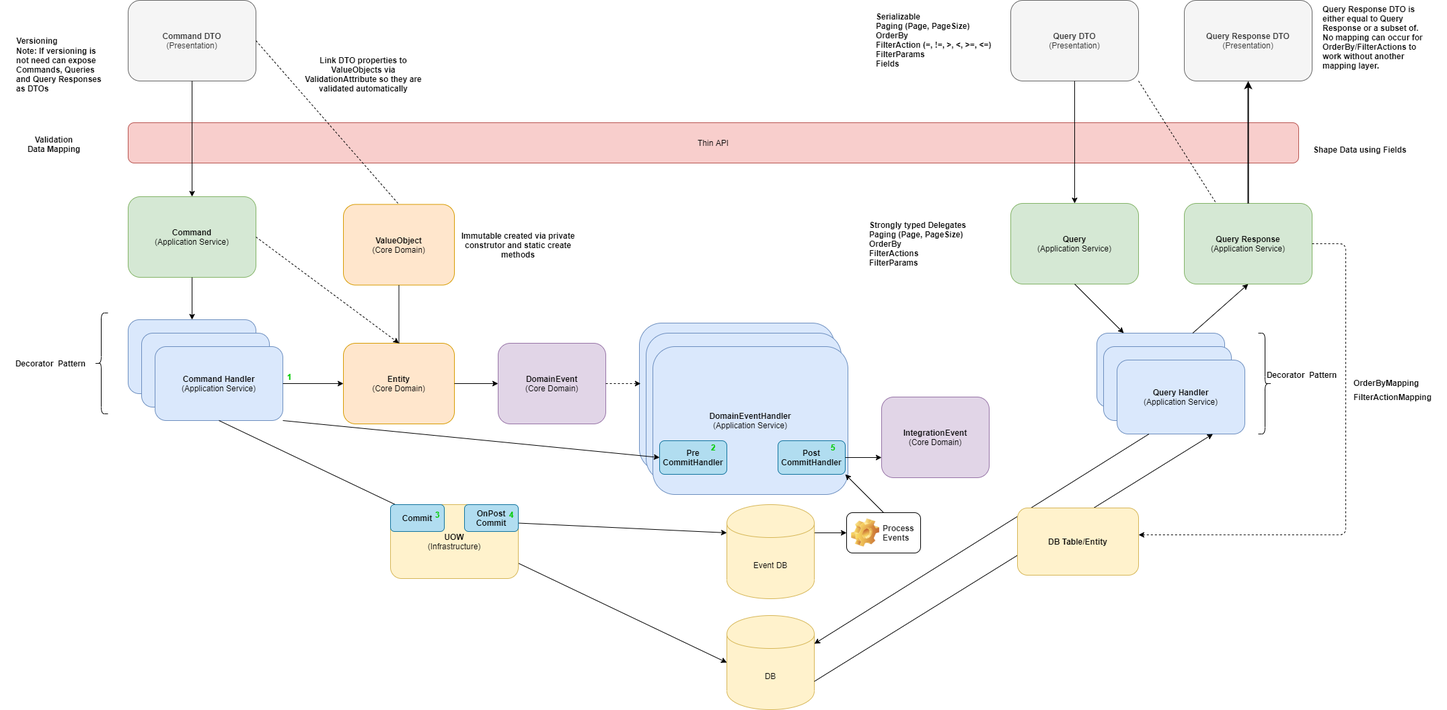
Before: diagram.png, a diagram exported from draw.io (davidikin45/Cqrs). Source tidied: cells renumbered, new cells last; positions are measured from the earlier drawing's top-left corner, leaving out a move shared by most shapes.
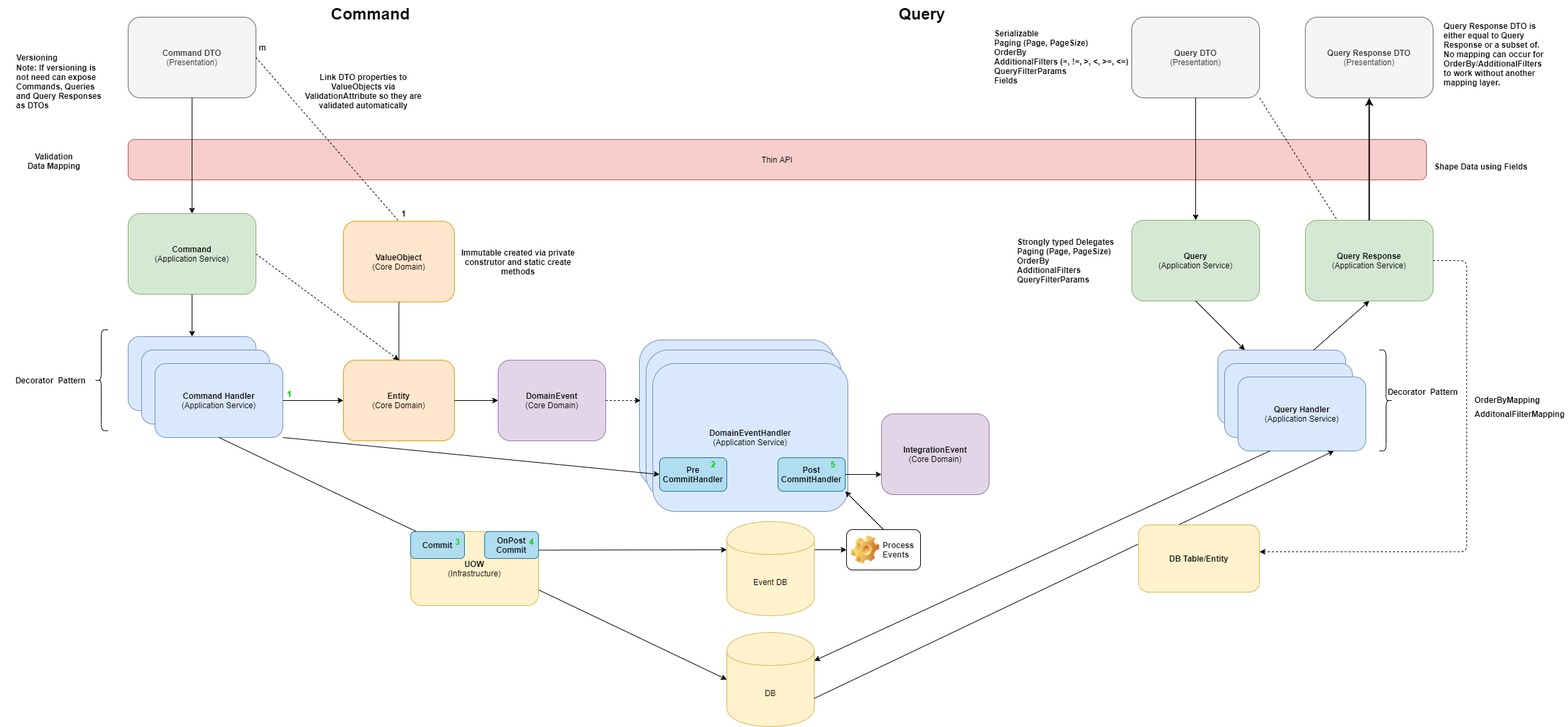
Above is the later version.

What changed in the source:
```diff
@@ -18,13 +18,13 @@
       <mxGeometry x="190" y="475" width="190" height="110" as="geometry" />
     </mxCell>
     <mxCell id="7" value="&lt;b&gt;Query&lt;/b&gt;&lt;br&gt;(Application Service)" style="rounded=1;whiteSpace=wrap;html=1;fillColor=#d5e8d4;strokeColor=#82b366;" parent="1" vertex="1">
-      <mxGeometry x="1502" y="302" width="190" height="120" as="geometry" />
+      <mxGeometry x="1682" y="302" width="190" height="120" as="geometry" />
     </mxCell>
     <mxCell id="8" value="QueryHandler" style="rounded=1;whiteSpace=wrap;html=1;fillColor=#dae8fc;strokeColor=#6c8ebf;" parent="1" vertex="1">
-      <mxGeometry x="1630" y="495" width="190" height="110" as="geometry" />
+      <mxGeometry x="1810" y="495" width="190" height="110" as="geometry" />
     </mxCell>
     <mxCell id="9" value="Thin API" style="rounded=1;whiteSpace=wrap;html=1;fillColor=#f8cecc;strokeColor=#b85450;" parent="1" vertex="1">
-      <mxGeometry x="190" y="182" width="1740" height="60" as="geometry" />
+      <mxGeometry x="190" y="182" width="1930" height="60" as="geometry" />
     </mxCell>
     <mxCell id="10" value="CommandHandler" style="rounded=1;whiteSpace=wrap;html=1;fillColor=#dae8fc;strokeColor=#6c8ebf;" parent="1" vertex="1">
       <mxGeometry x="210" y="495" width="190" height="110" as="geometry" />
@@ -33,10 +33,10 @@
       <mxGeometry x="230" y="515" width="190" height="110" as="geometry" />
     </mxCell>
     <mxCell id="12" value="QueryHandler" style="rounded=1;whiteSpace=wrap;html=1;fillColor=#dae8fc;strokeColor=#6c8ebf;" parent="1" vertex="1">
-      <mxGeometry x="1640" y="515" width="190" height="110" as="geometry" />
+      <mxGeometry x="1820" y="515" width="190" height="110" as="geometry" />
     </mxCell>
     <mxCell id="13" value="&lt;b&gt;Query Handler&lt;/b&gt;&lt;br&gt;(Application Service)" style="rounded=1;whiteSpace=wrap;html=1;fillColor=#dae8fc;strokeColor=#6c8ebf;" parent="1" vertex="1">
-      <mxGeometry x="1660" y="535" width="190" height="110" as="geometry" />
+      <mxGeometry x="1840" y="535" width="190" height="110" as="geometry" />
     </mxCell>
     <mxCell id="14" value="&lt;b&gt;DomainEvent&lt;/b&gt;&lt;br&gt;(Core Domain)" style="rounded=1;whiteSpace=wrap;html=1;fillColor=#e1d5e7;strokeColor=#9673a6;" parent="1" vertex="1">
       <mxGeometry x="740" y="510" width="160" height="120" as="geometry" />
@@ -66,13 +66,13 @@
       <mxGeometry x="190" width="190" height="120" as="geometry" />
     </mxCell>
     <mxCell id="23" value="&lt;b&gt;Query DTO&lt;/b&gt;&lt;br&gt;(Presentation)" style="rounded=1;whiteSpace=wrap;html=1;fillColor=#f5f5f5;strokeColor=#666666;fontColor=#333333;" parent="1" vertex="1">
-      <mxGeometry x="1502" width="190" height="120" as="geometry" />
+      <mxGeometry x="1682" width="190" height="120" as="geometry" />
     </mxCell>
     <mxCell id="24" value="&lt;b&gt;Query Response&lt;/b&gt;&lt;br&gt;(Application Service)" style="rounded=1;whiteSpace=wrap;html=1;fillColor=#d5e8d4;strokeColor=#82b366;" parent="1" vertex="1">
-      <mxGeometry x="1760" y="302" width="190" height="120" as="geometry" />
+      <mxGeometry x="1940" y="302" width="190" height="120" as="geometry" />
     </mxCell>
     <mxCell id="25" value="&lt;b&gt;Query Response DTO&lt;/b&gt;&lt;br&gt;(Presentation)" style="rounded=1;whiteSpace=wrap;html=1;fillColor=#f5f5f5;strokeColor=#666666;fontColor=#333333;gradientColor=none;gradientDirection=east;" parent="1" vertex="1">
-      <mxGeometry x="1760" width="190" height="120" as="geometry" />
+      <mxGeometry x="1940" width="190" height="120" as="geometry" />
     </mxCell>
     <mxCell id="26" style="endArrow=classic;html=1;exitX=0.75;exitY=0;exitDx=0;exitDy=0;entryX=0.5;entryY=1;entryDx=0;entryDy=0;" parent="1" edge="1" source="8" target="24">
       <mxGeometry relative="1" as="geometry" />
@@ -96,13 +96,13 @@
       <mxGeometry x="20" y="530" width="110" height="20" as="geometry" />
     </mxCell>
     <mxCell id="33" style="shape=curlyBracket;whiteSpace=wrap;html=1;rounded=1;shadow=0;direction=west;" parent="1" vertex="1">
-      <mxGeometry x="1870" y="495" width="20" height="150" as="geometry" />
+      <mxGeometry x="2050" y="495" width="20" height="150" as="geometry" />
     </mxCell>
     <mxCell id="34" style="shape=curlyBracket;whiteSpace=wrap;html=1;rounded=1;shadow=0;direction=east;" parent="1" vertex="1">
       <mxGeometry x="140" y="465" width="20" height="150" as="geometry" />
     </mxCell>
     <mxCell id="35" value="Decorator&amp;nbsp; Pattern" style="text;html=1;strokeColor=none;fillColor=none;align=center;verticalAlign=middle;whiteSpace=wrap;rounded=0;shadow=0;fontStyle=1;" parent="1" vertex="1">
-      <mxGeometry x="1880" y="547" width="110" height="20" as="geometry" />
+      <mxGeometry x="2060" y="547" width="110" height="20" as="geometry" />
     </mxCell>
     <mxCell id="36" value="Versioning" style="text;html=1;strokeColor=none;fillColor=none;align=center;verticalAlign=middle;whiteSpace=wrap;rounded=0;shadow=0;fontStyle=1;" parent="1" vertex="1">
       <mxGeometry y="50" width="110" height="20" as="geometry" />
@@ -113,11 +113,11 @@
     <mxCell id="38" value="&lt;b&gt;Pre CommitHandler&lt;/b&gt;" style="rounded=1;whiteSpace=wrap;html=1;fillColor=#b1ddf0;strokeColor=#10739e;" parent="1" vertex="1">
       <mxGeometry x="980" y="655" width="100" height="50" as="geometry" />
     </mxCell>
-    <mxCell id="39" value="FilterActionMapping" style="text;html=1;strokeColor=none;fillColor=none;align=left;verticalAlign=middle;whiteSpace=wrap;rounded=0;shadow=0;fontStyle=1;" parent="1" vertex="1">
-      <mxGeometry x="2010" y="578.5" width="140" height="23" as="geometry" />
+    <mxCell id="39" value="AdditonalFilterMapping" style="text;html=1;strokeColor=none;fillColor=none;align=left;verticalAlign=middle;whiteSpace=wrap;rounded=0;shadow=0;fontStyle=1;" parent="1" vertex="1">
+      <mxGeometry x="2190" y="578.5" width="140" height="23" as="geometry" />
     </mxCell>
     <mxCell id="40" value="Shape Data using Fields" style="text;html=1;strokeColor=none;fillColor=none;align=left;verticalAlign=middle;whiteSpace=wrap;rounded=0;shadow=0;fontStyle=1;" parent="1" vertex="1">
-      <mxGeometry x="1950" y="210.5" width="160" height="23" as="geometry" />
+      <mxGeometry x="2130" y="210.5" width="160" height="23" as="geometry" />
     </mxCell>
     <mxCell id="41" value="Note: If versioning is not need can expose Commands, Queries and Query Responses as DTOs" style="text;html=1;strokeColor=none;fillColor=none;align=left;verticalAlign=middle;whiteSpace=wrap;rounded=0;fontStyle=1;" parent="1" vertex="1">
       <mxGeometry x="22" y="93" width="130" height="20" as="geometry" />
@@ -126,27 +126,27 @@
       <mxGeometry relative="1" as="geometry" />
     </mxCell>
     <mxCell id="43" value="&lt;b&gt;DB Table/Entity&lt;/b&gt;" style="rounded=1;whiteSpace=wrap;html=1;fillColor=#fff2cc;strokeColor=#d6b656;" parent="1" vertex="1">
-      <mxGeometry x="1512" y="755" width="180" height="100" as="geometry" />
+      <mxGeometry x="1692" y="755" width="180" height="100" as="geometry" />
     </mxCell>
     <mxCell id="44" style="edgeStyle=segmentEdgeStyle;endArrow=classic;html=1;dashed=1;exitX=1;exitY=0.5;exitDx=0;exitDy=0;" parent="1" edge="1" source="24" target="43">
       <mxGeometry relative="1" as="geometry">
         <Array as="points">
-          <mxPoint x="2000" y="362" />
-          <mxPoint x="2000" y="795" />
+          <mxPoint x="2180" y="362" />
+          <mxPoint x="2180" y="795" />
         </Array>
       </mxGeometry>
     </mxCell>
-    <mxCell id="45" value="&lt;div&gt;&lt;span&gt;Serializable&lt;/span&gt;&lt;/div&gt;&lt;div&gt;&lt;span&gt;Paging (Page, PageSize)&lt;/span&gt;&lt;/div&gt;OrderBy&lt;br&gt;FilterAction (=, !=, &amp;gt;, &amp;lt;, &amp;gt;=, &amp;lt;=)&lt;br&gt;FilterParams&lt;br&gt;Fields" style="text;html=1;strokeColor=none;fillColor=none;align=left;verticalAlign=middle;whiteSpace=wrap;rounded=0;shadow=0;fontStyle=1;" parent="1" vertex="1">
-      <mxGeometry x="1300" y="47" width="190" height="23" as="geometry" />
+    <mxCell id="45" value="&lt;div&gt;&lt;span&gt;Serializable&lt;/span&gt;&lt;/div&gt;&lt;div&gt;&lt;span&gt;Paging (Page, PageSize)&lt;/span&gt;&lt;/div&gt;OrderBy&lt;br&gt;AdditionalFilters (=, !=, &amp;gt;, &amp;lt;, &amp;gt;=, &amp;lt;=)&lt;br&gt;QueryFilterParams&lt;br&gt;Fields" style="text;html=1;strokeColor=none;fillColor=none;align=left;verticalAlign=middle;whiteSpace=wrap;rounded=0;shadow=0;fontStyle=1;" parent="1" vertex="1">
+      <mxGeometry x="1476" y="47" width="212" height="23" as="geometry" />
     </mxCell>
-    <mxCell id="46" value="Strongly typed Delegates&lt;br&gt;Paging (Page, PageSize)&lt;br&gt;OrderBy&lt;br&gt;FilterActions&lt;br&gt;FilterParams" style="text;html=1;strokeColor=none;fillColor=none;align=left;verticalAlign=middle;whiteSpace=wrap;rounded=0;shadow=0;fontStyle=1;" parent="1" vertex="1">
-      <mxGeometry x="1290" y="350.5" width="200" height="23" as="geometry" />
+    <mxCell id="46" value="Strongly typed Delegates&lt;br&gt;Paging (Page, PageSize)&lt;br&gt;OrderBy&lt;br&gt;AdditionalFilters&lt;br&gt;QueryFilterParams" style="text;html=1;strokeColor=none;fillColor=none;align=left;verticalAlign=middle;whiteSpace=wrap;rounded=0;shadow=0;fontStyle=1;" parent="1" vertex="1">
+      <mxGeometry x="1510" y="350.5" width="200" height="23" as="geometry" />
     </mxCell>
-    <mxCell id="47" value="Query Response DTO is either equal to Query Response or a subset of. No mapping can occur for OrderBy/FilterActions to work without another mapping layer." style="text;html=1;strokeColor=none;fillColor=none;align=left;verticalAlign=middle;whiteSpace=wrap;rounded=0;shadow=0;fontStyle=1;" parent="1" vertex="1">
-      <mxGeometry x="1964" y="43" width="160" height="23" as="geometry" />
+    <mxCell id="47" value="Query Response DTO is either equal to Query Response or a subset of. No mapping can occur for OrderBy/AdditionalFilters to work without another mapping layer." style="text;html=1;strokeColor=none;fillColor=none;align=left;verticalAlign=middle;whiteSpace=wrap;rounded=0;shadow=0;fontStyle=1;" parent="1" vertex="1">
+      <mxGeometry x="2144" y="43" width="160" height="23" as="geometry" />
     </mxCell>
     <mxCell id="48" value="OrderByMapping" style="text;html=1;strokeColor=none;fillColor=none;align=left;verticalAlign=middle;whiteSpace=wrap;rounded=0;shadow=0;fontStyle=1;" parent="1" vertex="1">
-      <mxGeometry x="2010" y="557" width="100" height="23" as="geometry" />
+      <mxGeometry x="2190" y="557" width="100" height="23" as="geometry" />
     </mxCell>
     <mxCell id="49" style="endArrow=none;dashed=1;html=1;strokeWidth=1;exitX=1;exitY=1;exitDx=0;exitDy=0;entryX=0.25;entryY=0;entryDx=0;entryDy=0;" parent="1" edge="1" source="23" target="24">
       <mxGeometry relative="1" as="geometry" />
@@ -194,22 +194,22 @@
       <mxGeometry relative="1" as="geometry" />
     </mxCell>
     <mxCell id="64" value="&lt;b&gt;UOW&lt;/b&gt;&lt;br&gt;(Infrastructure)" style="rounded=1;whiteSpace=wrap;html=1;fillColor=#fff2cc;strokeColor=#d6b656;" parent="1" vertex="1">
-      <mxGeometry x="580" y="750" width="190" height="110" as="geometry" />
+      <mxGeometry x="610" y="765" width="190" height="110" as="geometry" />
     </mxCell>
     <mxCell id="65" value="&lt;b&gt;OnPost Commit&lt;/b&gt;" style="rounded=1;whiteSpace=wrap;html=1;fillColor=#b1ddf0;strokeColor=#10739e;" parent="1" vertex="1">
-      <mxGeometry x="690" y="750" width="80" height="40" as="geometry" />
+      <mxGeometry x="720" y="765" width="80" height="40" as="geometry" />
     </mxCell>
     <mxCell id="66" style="endArrow=classic;html=1;fontColor=#00CC00;exitX=1;exitY=0.5;exitDx=0;exitDy=0;entryX=-0.028;entryY=0.341;entryDx=0;entryDy=0;entryPerimeter=0;dashed=1;" parent="1" edge="1" source="14" target="3">
       <mxGeometry relative="1" as="geometry" />
     </mxCell>
     <mxCell id="67" value="4" style="text;html=1;strokeColor=none;fillColor=none;align=center;verticalAlign=middle;whiteSpace=wrap;rounded=0;fontStyle=1;fontColor=#00CC00;" parent="1" vertex="1">
-      <mxGeometry x="740" y="755" width="40" height="20" as="geometry" />
+      <mxGeometry x="770" y="770" width="40" height="20" as="geometry" />
     </mxCell>
     <mxCell id="68" value="&lt;b&gt;Commit&lt;/b&gt;" style="rounded=1;whiteSpace=wrap;html=1;fillColor=#b1ddf0;strokeColor=#10739e;" parent="1" vertex="1">
-      <mxGeometry x="580" y="750" width="80" height="40" as="geometry" />
+      <mxGeometry x="610" y="765" width="80" height="40" as="geometry" />
     </mxCell>
     <mxCell id="69" value="3" style="text;html=1;strokeColor=none;fillColor=none;align=center;verticalAlign=middle;whiteSpace=wrap;rounded=0;fontStyle=1;fontColor=#00CC00;" parent="1" vertex="1">
-      <mxGeometry x="630" y="755" width="40" height="20" as="geometry" />
+      <mxGeometry x="660" y="770" width="40" height="20" as="geometry" />
     </mxCell>
     <mxCell id="70" value="Event DB" style="shape=cylinder;whiteSpace=wrap;html=1;boundedLbl=1;backgroundOutline=1;rounded=1;fillColor=#fff2cc;strokeColor=#d6b656;shadow=0;" parent="1" vertex="1">
       <mxGeometry x="1080" y="750" width="130" height="140" as="geometry" />
@@ -220,5 +220,17 @@
     <mxCell id="72" value="&lt;font color=&quot;#292929&quot;&gt;Process Events&lt;/font&gt;" style="label;whiteSpace=wrap;html=1;image=img/clipart/Gear_128x128.png;fontColor=#00CC00;" parent="1" vertex="1">
       <mxGeometry x="1258" y="762" width="110" height="60" as="geometry" />
     </mxCell>
+    <mxCell id="73" value="Command" style="text;strokeColor=none;fillColor=none;html=1;fontSize=24;fontStyle=1;verticalAlign=middle;align=center;" parent="1" vertex="1">
+      <mxGeometry x="500" y="-25" width="100" height="40" as="geometry" />
+    </mxCell>
+    <mxCell id="74" value="Query" style="text;strokeColor=none;fillColor=none;html=1;fontSize=24;fontStyle=1;verticalAlign=middle;align=center;" parent="1" vertex="1">
+      <mxGeometry x="1320" y="-25" width="100" height="40" as="geometry" />
+    </mxCell>
+    <mxCell id="75" value="1" style="text;html=1;strokeColor=none;fillColor=none;align=center;verticalAlign=middle;whiteSpace=wrap;rounded=0;fontStyle=1;" parent="1" vertex="1">
+      <mxGeometry x="500" y="282" width="200" height="20" as="geometry" />
+    </mxCell>
+    <mxCell id="76" value="m" style="text;html=1;strokeColor=none;fillColor=none;align=center;verticalAlign=middle;whiteSpace=wrap;rounded=0;fontStyle=1;" parent="1" vertex="1">
+      <mxGeometry x="290" y="35" width="200" height="20" as="geometry" />
+    </mxCell>
   </root>
 </mxGraphModel>
```
